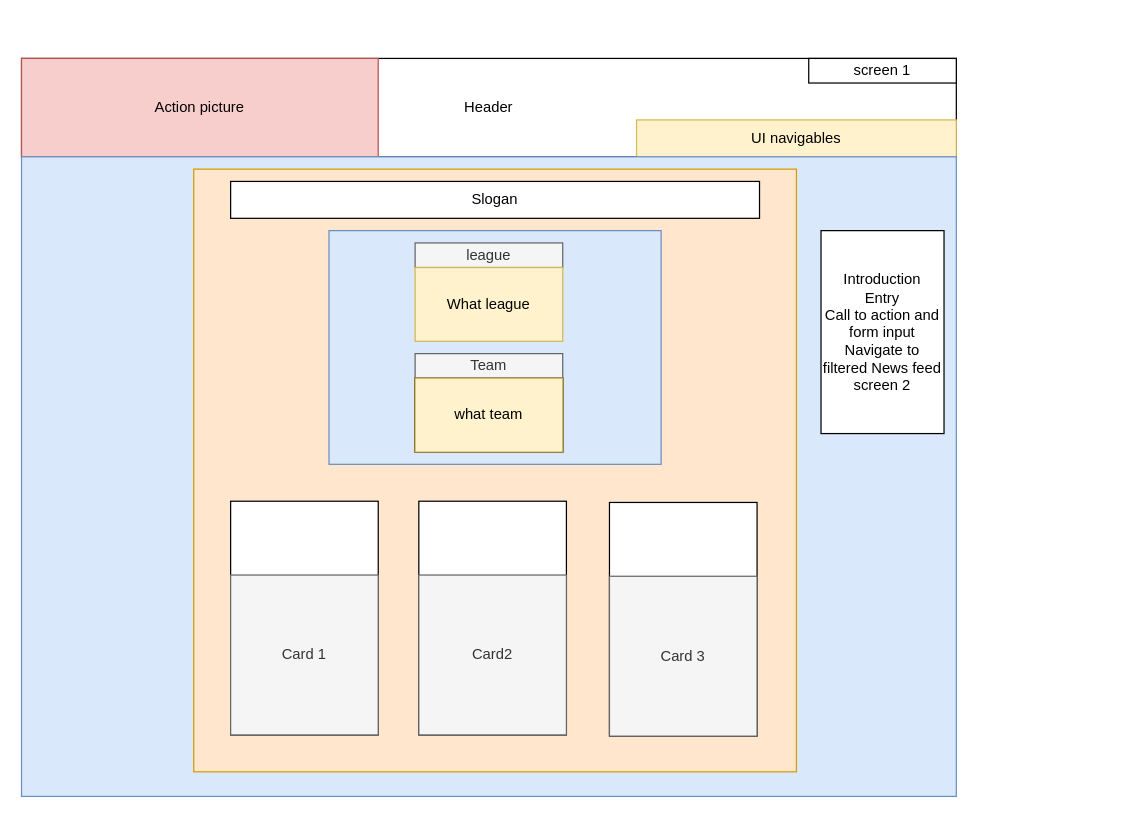
Before: assets/images/main_page_wire.drawio in thisisjona/phat-news, a draw.io diagram. Source tidied: cells renumbered, new cells numbered last; positions are measured from the earlier drawing's top-left corner, leaving out a move shared by most shapes. Both pictures are drawn from the tidied source at 123%, with x=0, y=0 at pixel (21, 58).
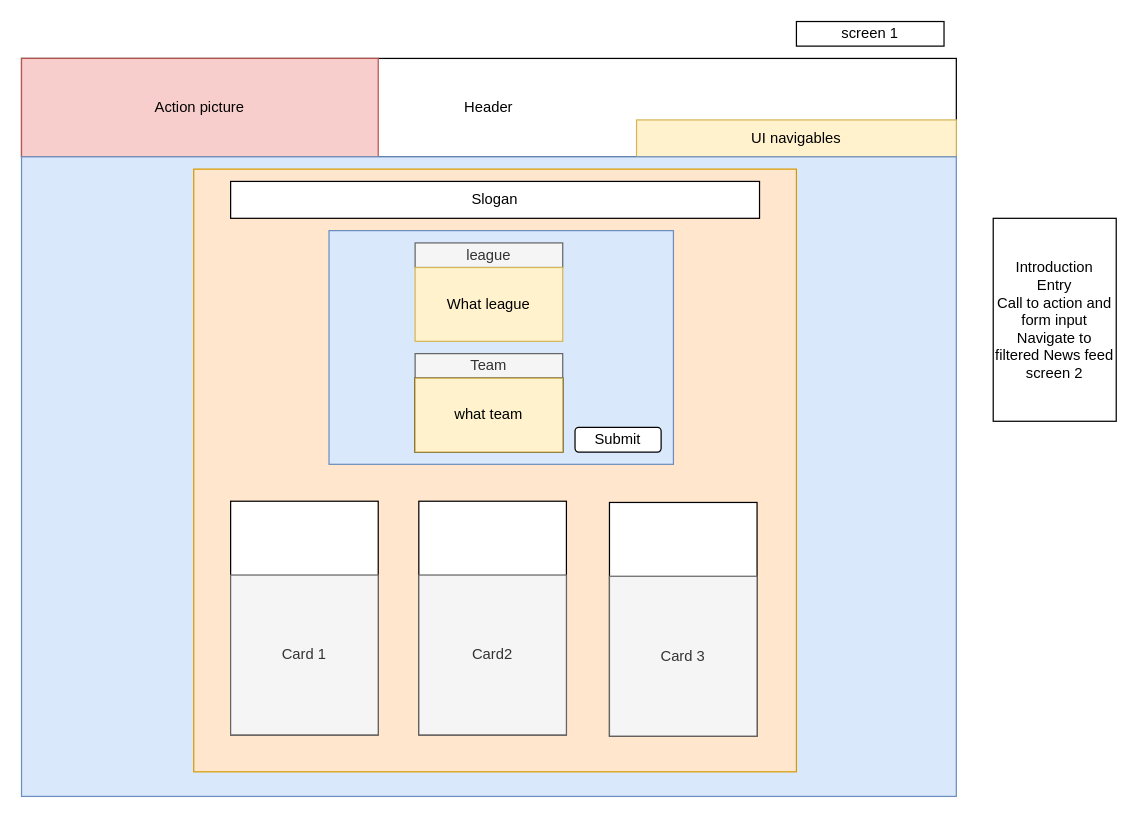
After the change.

Diff of the diagram source:
```diff
@@
     <mxCell id="6" value="screen 1" style="rounded=0;whiteSpace=wrap;html=1;" parent="1" vertex="1">
-      <mxGeometry x="640" width="120" height="20" as="geometry" />
+      <mxGeometry x="630" y="-30" width="120" height="20" as="geometry" />
     </mxCell>
@@
     <mxCell id="8" style="rounded=0;whiteSpace=wrap;html=1;fillColor=#dae8fc;strokeColor=#6c8ebf;" parent="1" vertex="1">
-      <mxGeometry x="250" y="140" width="270" height="190" as="geometry" />
+      <mxGeometry x="250" y="140" width="280" height="190" as="geometry" />
     </mxCell>
@@
     <mxCell id="22" value="&lt;span&gt;Introduction&lt;/span&gt;&lt;br&gt;&lt;span&gt;Entry&lt;/span&gt;&lt;br&gt;&lt;span&gt;Call to action and form input&lt;/span&gt;&lt;br&gt;&lt;span&gt;Navigate to filtered News feed screen 2&lt;/span&gt;" style="rounded=0;whiteSpace=wrap;html=1;" parent="1" vertex="1">
-      <mxGeometry x="650" y="140" width="100" height="165" as="geometry" />
+      <mxGeometry x="790" y="130" width="100" height="165" as="geometry" />
     </mxCell>
+    <mxCell id="23" value="Submit" style="rounded=1;whiteSpace=wrap;html=1;" parent="1" vertex="1">
+      <mxGeometry x="450" y="300" width="70" height="20" as="geometry" />
+    </mxCell>
```
